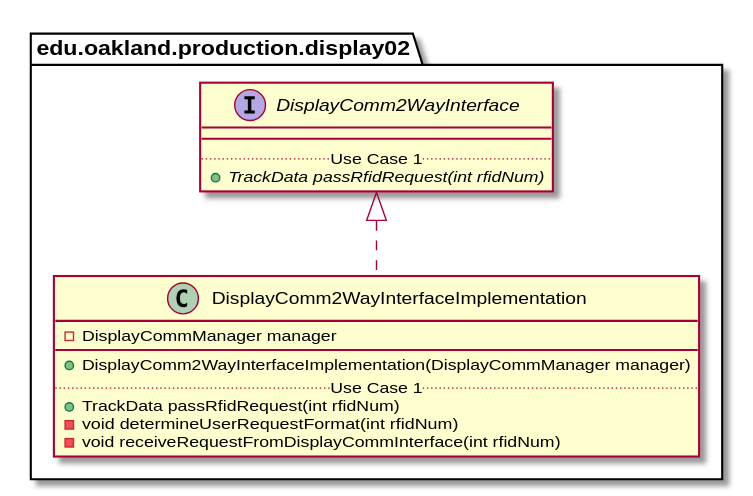
Earlier version of the PlantUML export docs/uml-class-diagrams/display02/production/DisplayComm2WayInterfaceImplementation/DisplayComm2WayInterfaceImplementation_Closure.svg (andrewdimmer/csi-3370-software-project).
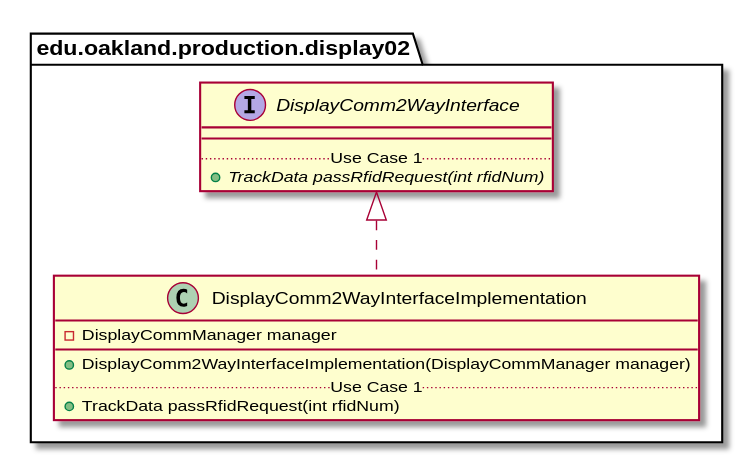
After the commit.

What changed in the source:
```diff
@@ -8,8 +8,6 @@
         + DisplayComm2WayInterfaceImplementation(DisplayCommManager manager)
         .. Use Case 1 ..
         + TrackData passRfidRequest(int rfidNum)
-        - void determineUserRequestFormat(int rfidNum)
-        - void receiveRequestFromDisplayCommInterface(int rfidNum)
     }
 }
 
```
